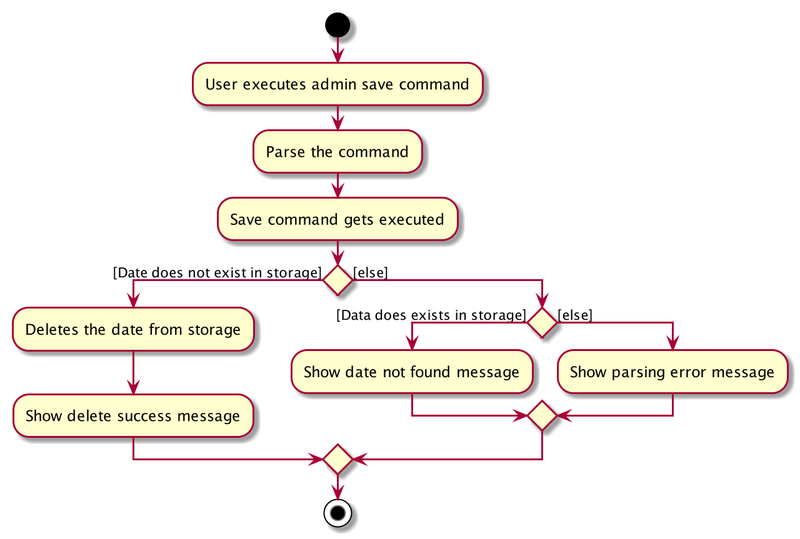
Earlier version of the PlantUML export docs/images/AdminSaveActivityDiagram.png (tingalinga/main).
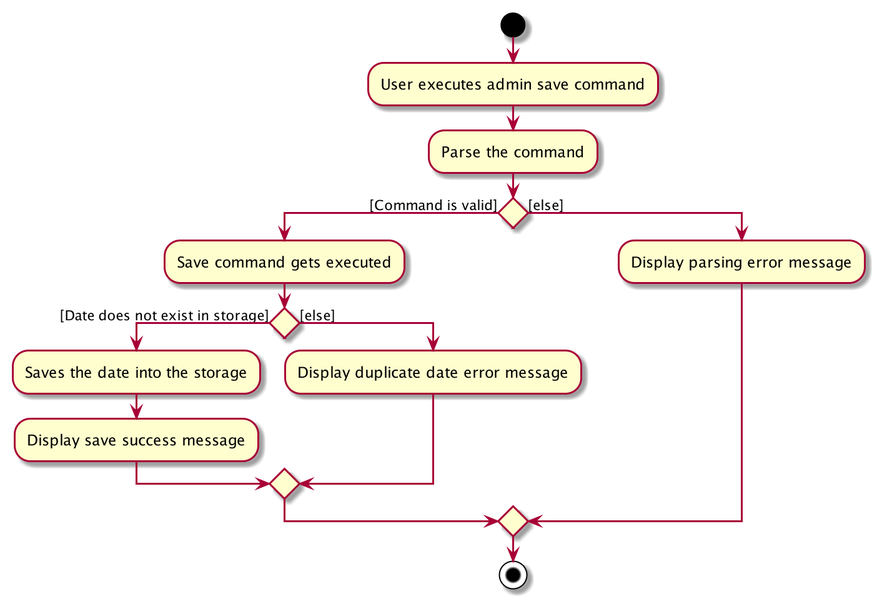
The same diagram one commit later.

The edit, as a diff of the source:
```diff
@@ -2,20 +2,20 @@
 start
 :User executes admin save command;
 :Parse the command;
-:Save command gets executed;
+if () then ([Command is valid])
+    :Save command gets executed;
 
 
-if () then ([Date does not exist in storage])
-    :Deletes the date from storage;
-    :Show delete success message;
-
-else ([else])
-    if() then ([Data does exists in storage])
-        :Show date not found message;
+    if () then ([Date does not exist in storage])
+        :Saves the date into the storage;
+        :Display save success message;
 
     else ([else])
-        :Show parsing error message;
+        :Display duplicate date error message;
     endif
+else ([else])
+    :Display parsing error message;
+
 endif
 stop
 @enduml
```
